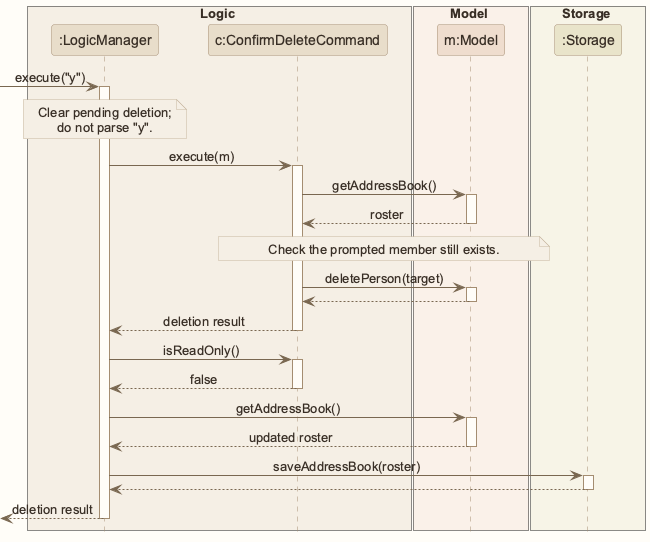
This is images/ConfirmDeleteSequenceDiagram.png from AY2627S1-CS2103T-W12-1/tp, a PlantUML export, as it was before one commit.
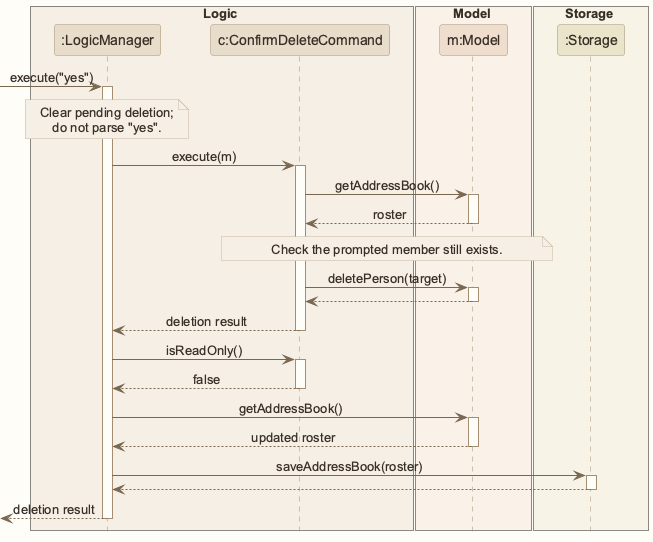
Later version of the same file.

Change to the diagram source:
```diff
@@ -1,5 +1,4 @@
 @startuml
-!pragma layout smetana
 !include style.puml
 skinparam ArrowFontStyle plain
 
@@ -14,11 +13,11 @@
 participant ":Storage" as Storage STORAGE_COLOR
 end box
 
-[-> Logic : execute("y")
+[-> Logic : execute("yes")
 activate Logic
 note over Logic
 Clear pending deletion;
-do not parse "y".
+do not parse "yes".
 end note
 Logic -> Command : execute(m)
 activate Command
```
